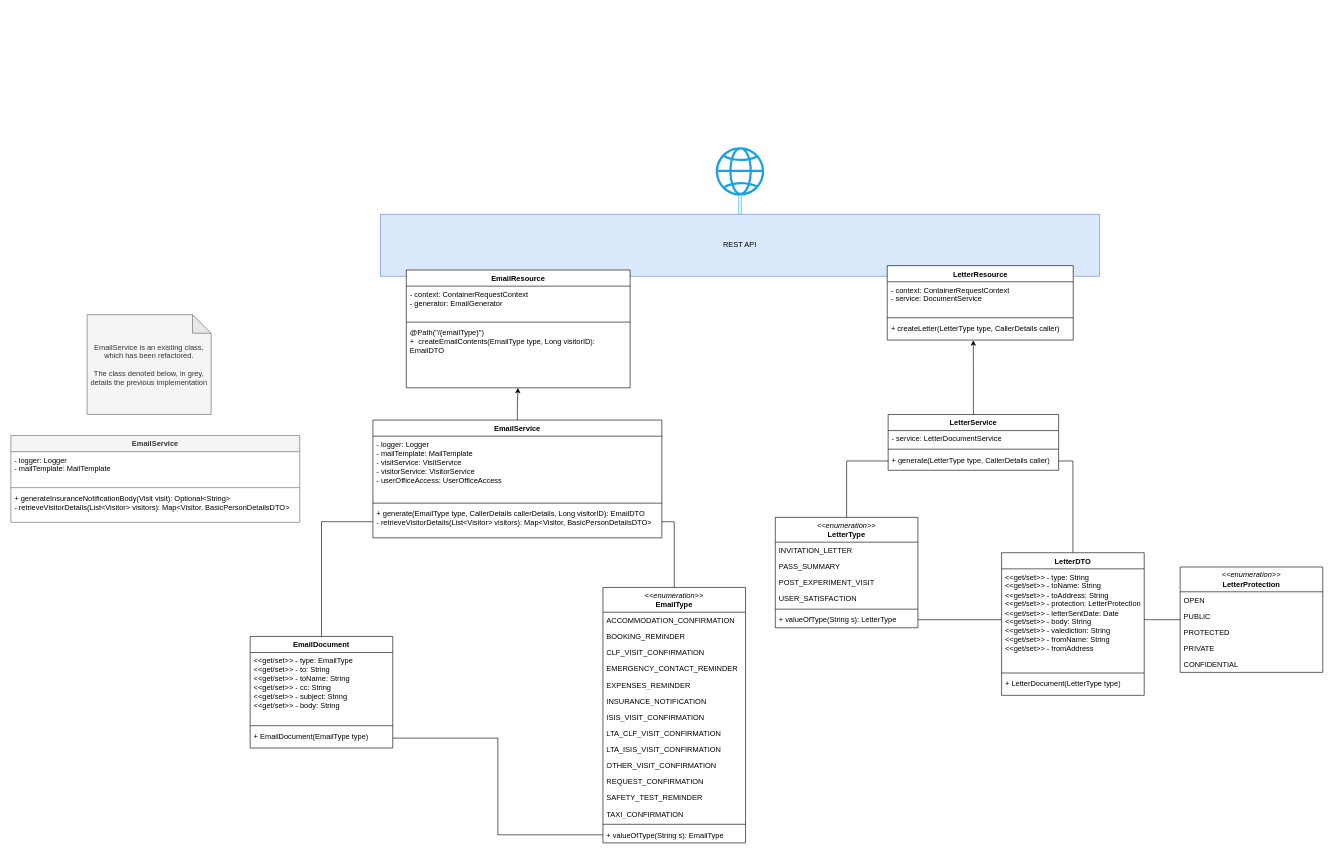
Before: Document generation class diagram.drawio in ambolt314/FinalProjectDesign, a draw.io diagram. Source tidied: cells renumbered, new cells numbered last; positions are measured from the earlier drawing's top-left corner, leaving out a move shared by most shapes. Both pictures are drawn from the tidied source at 62%, with x=0, y=0 at pixel (11, 147).
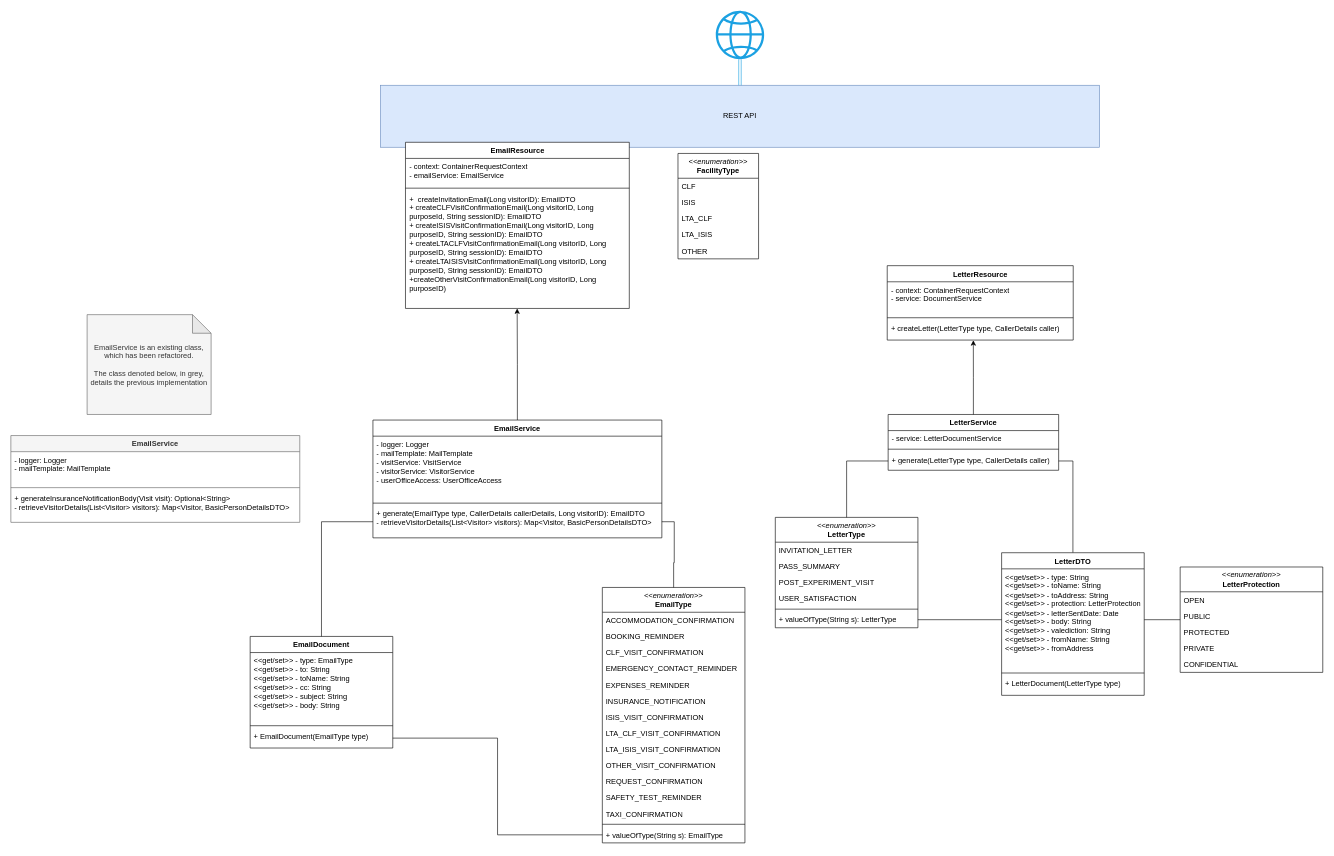
The same diagram, later.

Commit message:
Refactored email resource to have multiple resource endpoints

The edit, as a diff of the source:
```diff
@@
     <mxCell id="2" value="REST API" style="html=1;whiteSpace=wrap;fillColor=#dae8fc;strokeColor=#6c8ebf;" parent="1" vertex="1">
-      <mxGeometry x="596" y="108" width="1160" height="100" as="geometry" />
+      <mxGeometry x="596" y="-100" width="1160" height="100" as="geometry" />
     </mxCell>
     <mxCell id="3" value="EmailResource" style="swimlane;fontStyle=1;align=center;verticalAlign=top;horizontal=1;startSize=26;whiteSpace=wrap;html=1;" parent="1" vertex="1">
-      <mxGeometry x="637.8" y="198" width="361" height="190" as="geometry" />
+      <mxGeometry x="636.5" y="-8" width="361" height="268" as="geometry" />
     </mxCell>
-    <mxCell id="4" value="&lt;div&gt;- context: ContainerRequestContext&lt;/div&gt;&lt;div&gt;- generator: EmailGenerator&lt;br&gt;&lt;/div&gt;" style="text;align=left;verticalAlign=top;spacingLeft=4;spacingRight=4;overflow=hidden;whiteSpace=wrap;html=1;" parent="3" vertex="1">
-      <mxGeometry y="26" width="361" height="54" as="geometry" />
+    <mxCell id="4" value="&lt;div&gt;- context: ContainerRequestContext&lt;/div&gt;&lt;div&gt;- emailService: EmailService&lt;br&gt;&lt;/div&gt;" style="text;align=left;verticalAlign=top;spacingLeft=4;spacingRight=4;overflow=hidden;whiteSpace=wrap;html=1;" parent="3" vertex="1">
+      <mxGeometry y="26" width="361" height="44" as="geometry" />
     </mxCell>
     <mxCell id="5" style="line;strokeWidth=1;fillColor=none;align=left;verticalAlign=middle;spacingTop=-1;spacingLeft=3;spacingRight=3;labelPosition=right;strokeColor=inherit;" parent="3" vertex="1">
-      <mxGeometry y="80" width="361" height="8" as="geometry" />
+      <mxGeometry y="70" width="361" height="8" as="geometry" />
     </mxCell>
-    <mxCell id="6" value="&lt;div&gt;@Path(&quot;/{emailType}&quot;)&lt;/div&gt;&lt;div&gt;+&amp;nbsp; createEmailContents(EmailType type, Long visitorID): EmailDTO&lt;/div&gt;" style="text;strokeColor=none;fillColor=none;align=left;verticalAlign=top;spacingLeft=4;spacingRight=4;overflow=hidden;points=[[0,0.5],[1,0.5]];portConstraint=eastwest;whiteSpace=wrap;html=1;" parent="3" vertex="1">
-      <mxGeometry y="88" width="361" height="102" as="geometry" />
+    <mxCell id="6" value="&lt;div&gt;&lt;span style=&quot;background-color: initial;&quot;&gt;+&amp;nbsp; createInvitationEmail(Long visitorID): EmailDTO&lt;/span&gt;&lt;br&gt;&lt;/div&gt;&lt;div&gt;+ createCLFVisitConfirmationEmail(Long visitorID, Long purposeId, String sessionID): EmailDTO&lt;/div&gt;&lt;div&gt;+ createISISVisitConfirmationEmail(Long visitorID, Long purposeID, String sessionID): EmailDTO&lt;/div&gt;&lt;div&gt;+ createLTACLFVisitConfirmationEmail(Long visitorID, Long purposeID, String sessionID): EmailDTO&lt;/div&gt;&lt;div&gt;+ createLTAISISVisitConfirmationEmail(Long visitorID, Long purposeID, String sessionID): EmailDTO&lt;br&gt;&lt;/div&gt;&lt;div&gt;+createOtherVisitConfirmationEmail(Long visitorID, Long purposeID)&lt;/div&gt;" style="text;strokeColor=none;fillColor=none;align=left;verticalAlign=top;spacingLeft=4;spacingRight=4;overflow=hidden;points=[[0,0.5],[1,0.5]];portConstraint=eastwest;whiteSpace=wrap;html=1;" parent="3" vertex="1">
+      <mxGeometry y="78" width="361" height="190" as="geometry" />
     </mxCell>
@@
     <mxCell id="13" style="sketch=0;outlineConnect=0;fillColor=#1BA1E2;strokeColor=#006EAF;dashed=0;verticalLabelPosition=bottom;verticalAlign=top;align=center;html=1;fontSize=12;fontStyle=0;shape=mxgraph.aws4.globe;fontColor=#ffffff;" parent="1" vertex="1">
-      <mxGeometry x="1137" width="78" height="78" as="geometry" />
+      <mxGeometry x="1137" y="-220" width="78" height="78" as="geometry" />
     </mxCell>
@@
     <mxCell id="15" value="&lt;div&gt;&lt;i&gt;&amp;lt;&amp;lt;enumeration&amp;gt;&amp;gt;&lt;/i&gt;&lt;/div&gt;&lt;div&gt;&lt;b&gt;EmailType&lt;/b&gt;&lt;br&gt;&lt;/div&gt;" style="swimlane;fontStyle=0;horizontal=1;startSize=40;fillColor=none;whiteSpace=wrap;html=1;" parent="1" vertex="1">
-      <mxGeometry x="955" y="710" width="230" height="412" as="geometry" />
+      <mxGeometry x="954" y="710" width="230" height="412" as="geometry" />
     </mxCell>
@@
+    <mxCell id="72" value="&lt;div&gt;&lt;i&gt;&amp;lt;&amp;lt;enumeration&amp;gt;&amp;gt;&lt;/i&gt;&lt;/div&gt;&lt;div&gt;&lt;b&gt;FacilityType&lt;/b&gt;&lt;/div&gt;" style="swimlane;fontStyle=0;horizontal=1;startSize=40;fillColor=none;whiteSpace=wrap;html=1;" parent="1" vertex="1">
+      <mxGeometry x="1076" y="10" width="130" height="170" as="geometry" />
+    </mxCell>
+    <mxCell id="73" value="CLF" style="text;strokeColor=none;fillColor=none;align=left;verticalAlign=top;spacingLeft=4;spacingRight=4;overflow=hidden;whiteSpace=wrap;html=1;" parent="72" vertex="1">
+      <mxGeometry y="40" width="130" height="26" as="geometry" />
+    </mxCell>
+    <mxCell id="74" value="ISIS" style="text;strokeColor=none;fillColor=none;align=left;verticalAlign=top;spacingLeft=4;spacingRight=4;overflow=hidden;whiteSpace=wrap;html=1;" parent="72" vertex="1">
+      <mxGeometry y="66" width="130" height="26" as="geometry" />
+    </mxCell>
+    <mxCell id="75" value="LTA_CLF" style="text;strokeColor=none;fillColor=none;align=left;verticalAlign=top;spacingLeft=4;spacingRight=4;overflow=hidden;whiteSpace=wrap;html=1;" parent="72" vertex="1">
+      <mxGeometry y="92" width="130" height="26" as="geometry" />
+    </mxCell>
+    <mxCell id="76" value="LTA_ISIS" style="text;strokeColor=none;fillColor=none;align=left;verticalAlign=top;spacingLeft=4;spacingRight=4;overflow=hidden;whiteSpace=wrap;html=1;" parent="72" vertex="1">
+      <mxGeometry y="118" width="130" height="26" as="geometry" />
+    </mxCell>
+    <mxCell id="77" value="OTHER" style="text;strokeColor=none;fillColor=none;align=left;verticalAlign=top;spacingLeft=4;spacingRight=4;overflow=hidden;whiteSpace=wrap;html=1;" parent="72" vertex="1">
+      <mxGeometry y="144" width="130" height="26" as="geometry" />
+    </mxCell>
```
